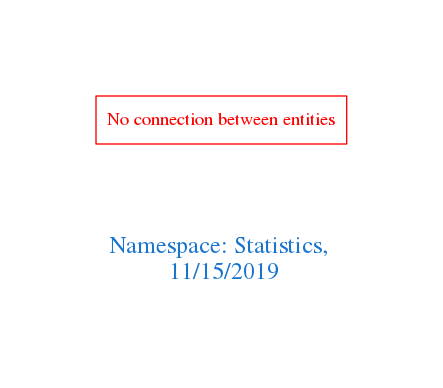
Before: downloads/Statistics.png, a diagram exported from Graphviz (arago/OGIT). Its source is kept beside it as downloads/Statistics.dot.
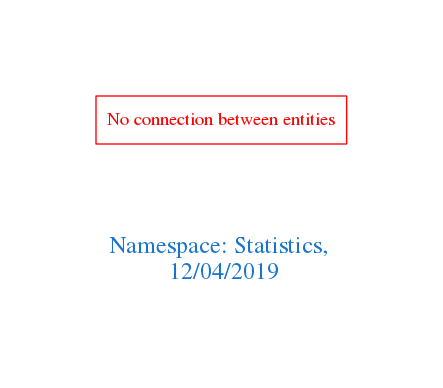
After the change.

The edit, as a diff of the source:
```diff
@@ -1,7 +1,7 @@
 digraph OGIT_ontology {
  graph [ rankdir= LR,pad=1
 fontsize = 18,
-fontcolor= dodgerblue3,label = "\n\n\nNamespace: Statistics, \n 11/15/2019"];
+fontcolor= dodgerblue3,label = "\n\n\nNamespace: Statistics, \n 12/04/2019"];
 node[shape=polygon];
 edge [  color="gray81"];
 
```
